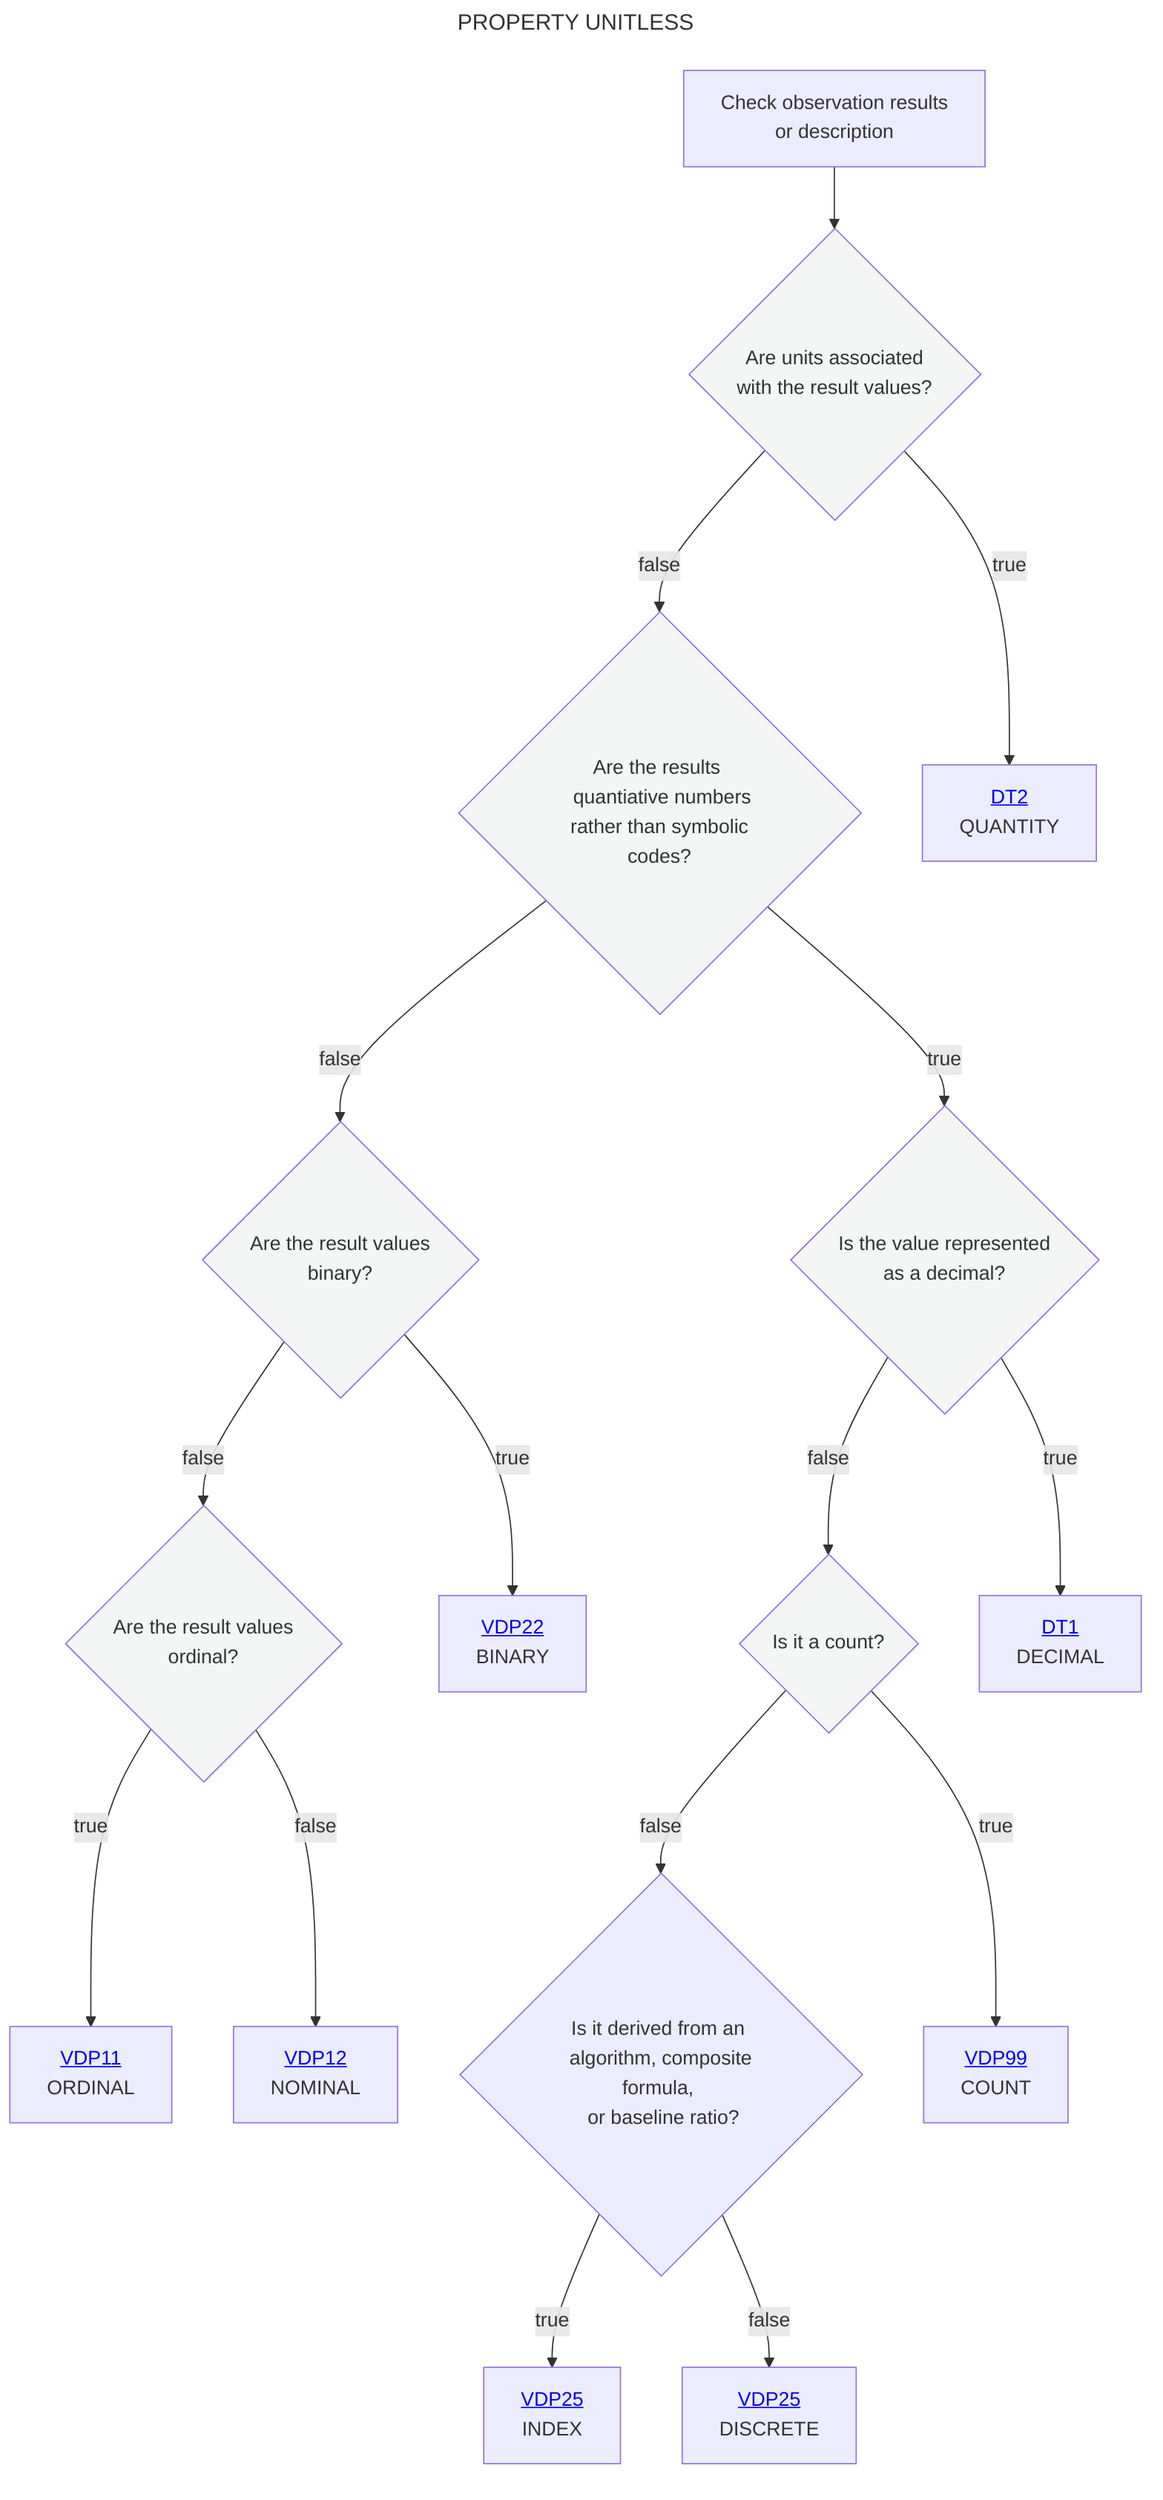
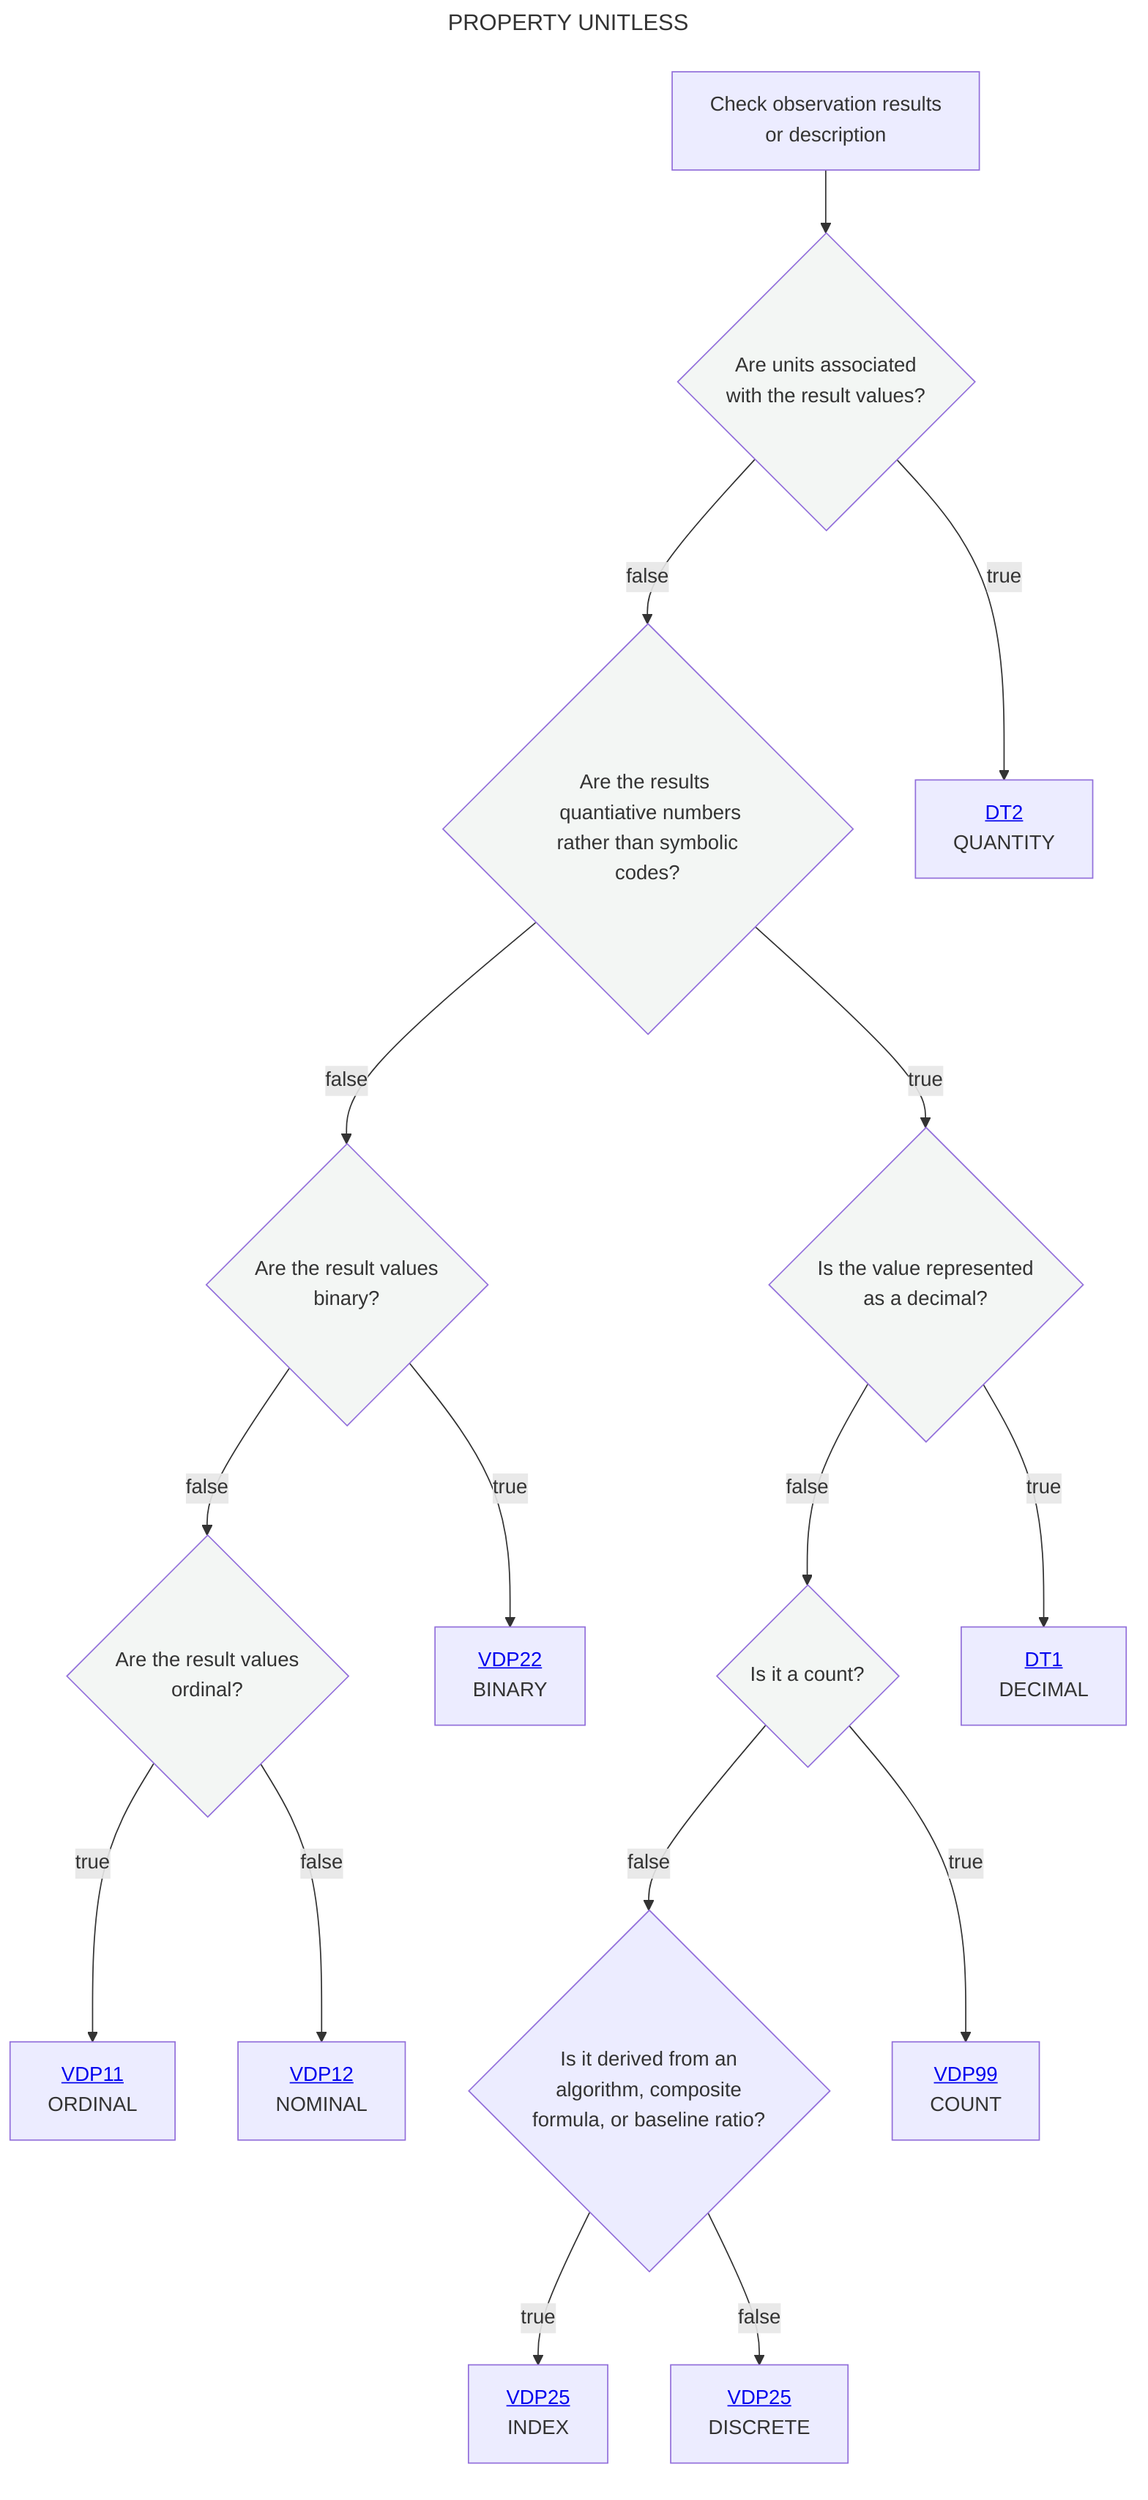
---
title: PROPERTY UNITLESS
---
flowchart TD
    A[Check observation results <br> or description] --> B{Are units associated <br> with the result values?}:::white
    B --> |false|C{Are the results <br> quantiative numbers<br> rather than symbolic codes?}:::white
    B --> |true|D[<a href='https://github.com/mabablue/I-ADOPT-patterns-playground/blob/main/Decisition_trees/DT2.mmd'>DT2</a><br> QUANTITY]
    C --> |false|E{Are the result values <br> binary?}:::white
    C --> |true|G{Is the value represented <br> as a decimal?}:::white
    E --> |false|I{Are the result values <br> ordinal?}:::white
    G --> |false|H{Is it a count?}:::white
-     H--> |false|N{Is it derived from an <br> algorithm, composite formula, <br> or baseline ratio?}
+     H--> |false|N{Is it derived from an <br> algorithm, composite <br> formula, or baseline ratio?}
    N --> |true|O[<a href='https://github.com/mabablue/I-ADOPT-patterns-playground/blob/main/pattern/VDP24.yaml'>VDP25</a><br> INDEX]
    N --> |false|P[<a href='https://github.com/mabablue/I-ADOPT-patterns-playground/blob/main/pattern/VDP24.yaml'>VDP25</a><br> DISCRETE]
    H --> |true|M[<a href='https://github.com/mabablue/I-ADOPT-patterns-playground/blob/main/pattern/VDP24.yaml'>VDP99</a><br> COUNT]
    I --> |true|J[<a href='https://github.com/mabablue/I-ADOPT-patterns-playground/blob/main/pattern/VDP11.yaml'>VDP11</a><br> ORDINAL]
    I --> |false|K[<a href='https://github.com/mabablue/I-ADOPT-patterns-playground/blob/main/pattern/VDP12.yaml'>VDP12</a><br> NOMINAL]
    E --> |true|F[<a href='https://github.com/mabablue/I-ADOPT-patterns-playground/blob/main/pattern/VDP22.yaml'>VDP22</a><br> BINARY]
    G --> |true|L[<a href='https://github.com/mabablue/I-ADOPT-patterns-playground/blob/main/Decisition_trees/DT1.mmd'>DT1</a><br> DECIMAL]
   classDef blue fill:#90D5FF
   classDef satblue fill:#57B9FF
   classDef white fill:#f3f6f4
   classDef green fill:#6aa84f
